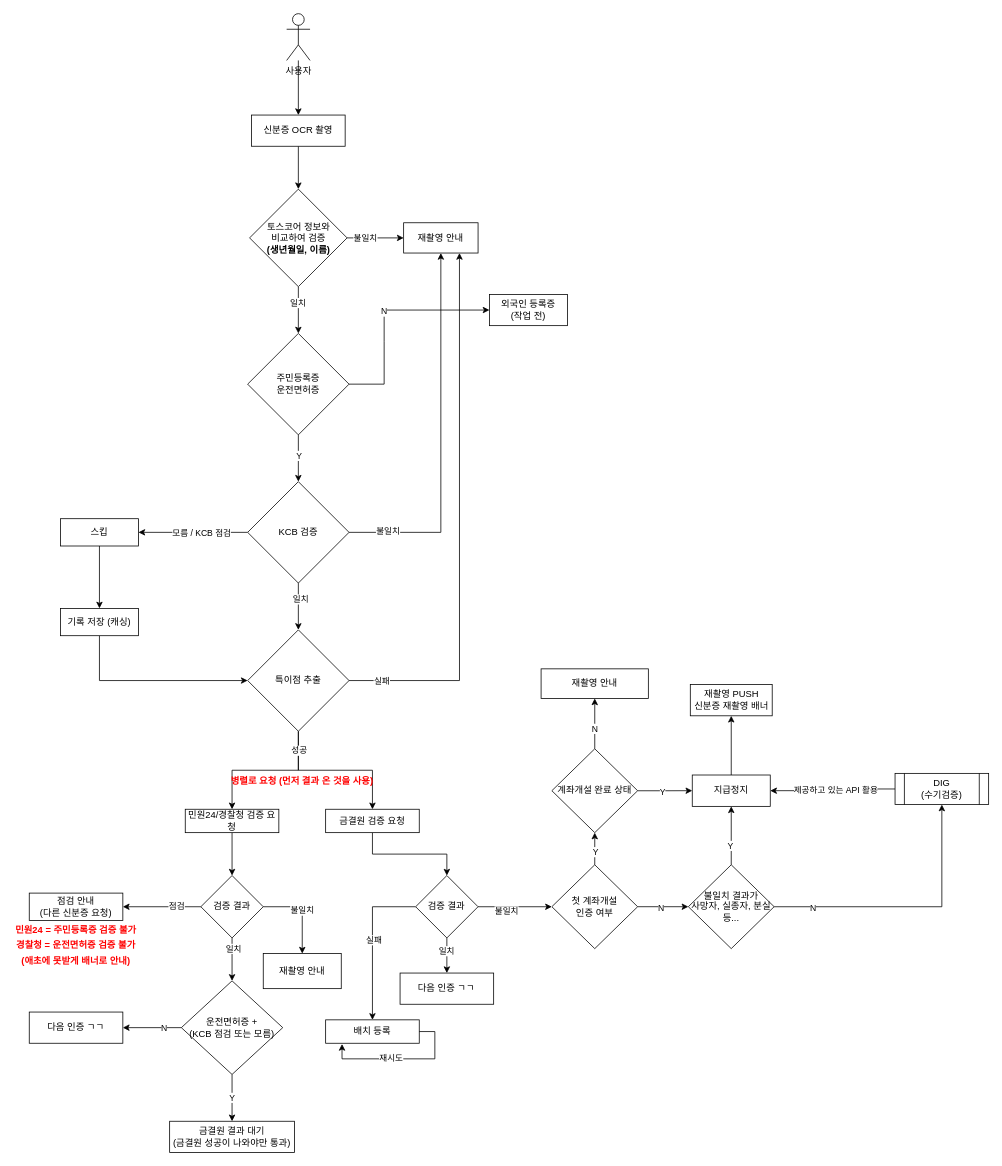
Before: Untitled Diagram.drawio in krrrr-b/today-i-learn, a draw.io diagram. Source tidied: cells renumbered, new cells numbered last; positions are measured from the earlier drawing's top-left corner, leaving out a move shared by most shapes. Both pictures are drawn from the tidied source at 78%, with x=0, y=0 at pixel (13, 13).
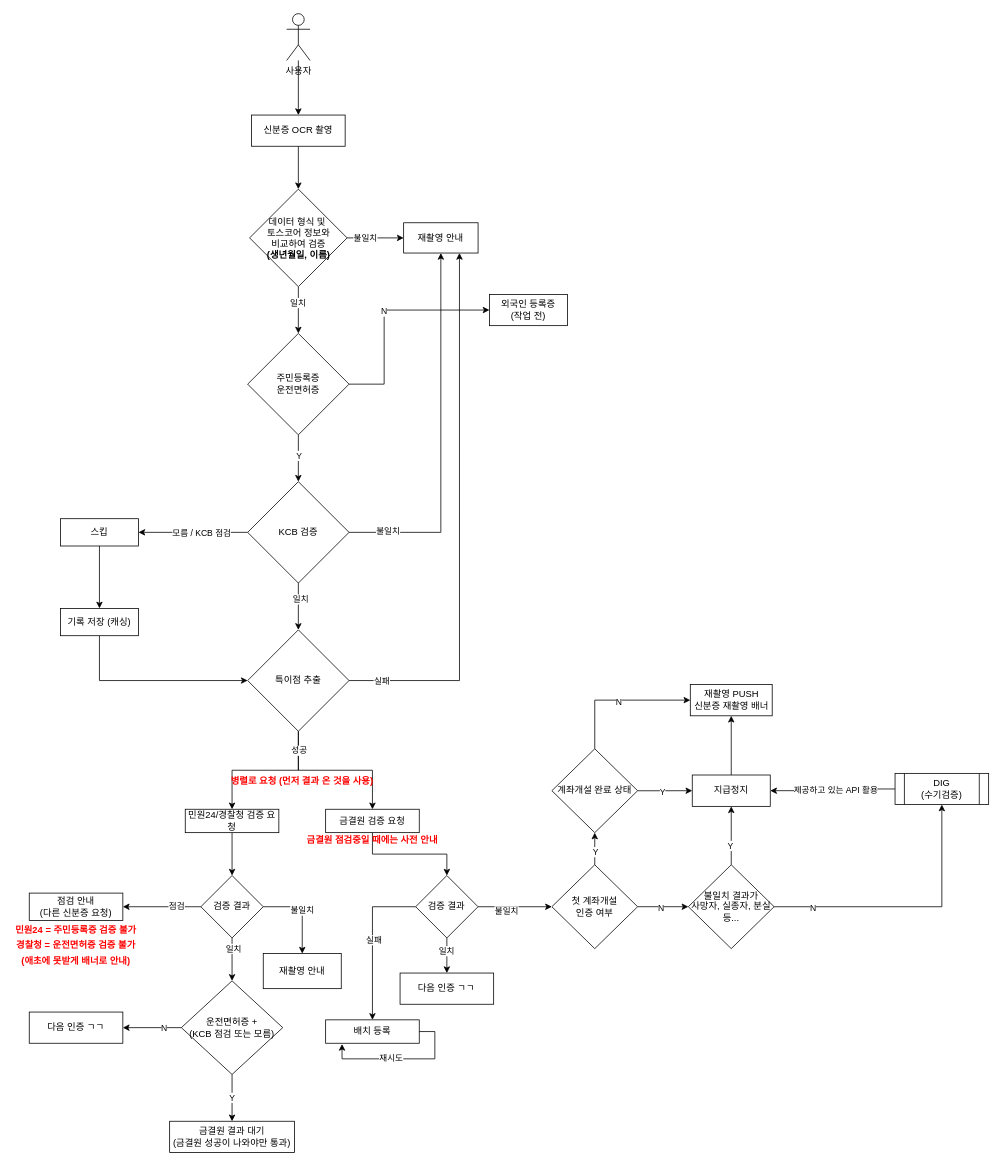
The same diagram, later.

Unchanged cells that the change refers to:
```xml
<mxCell id="76" value="계좌개설 완료 상태" style="rhombus;whiteSpace=wrap;html=1;" parent="1" vertex="1">
  <mxGeometry x="690" y="942.5" width="110" height="107.5" as="geometry" />
</mxCell>
<mxCell id="87" value="재촬영 PUSH&lt;br&gt;신분증 재촬영 배너" style="whiteSpace=wrap;html=1;" parent="1" vertex="1">
  <mxGeometry x="867.5" y="860" width="105" height="40.2" as="geometry" />
</mxCell>
```

Change to the diagram source:
```diff
@@
-    <mxCell id="10" value="토스코어 정보와 &lt;br&gt;비교하여 검증&lt;br&gt;&lt;b&gt;(생년월일, 이름)&lt;/b&gt;" style="rhombus;whiteSpace=wrap;html=1;verticalAlign=middle;" parent="1" vertex="1">
+    <mxCell id="10" value="데이터 형식 및&amp;nbsp;&lt;br&gt;토스코어 정보와 &lt;br&gt;비교하여 검증&lt;br&gt;&lt;b&gt;(생년월일, 이름)&lt;/b&gt;" style="rhombus;whiteSpace=wrap;html=1;verticalAlign=middle;" parent="1" vertex="1">
       <mxGeometry x="302.5" y="225" width="125" height="125" as="geometry" />
     </mxCell>
@@
-    <mxCell id="71" value="재촬영 안내" style="whiteSpace=wrap;html=1;" parent="1" vertex="1">
-      <mxGeometry x="676.2" y="840" width="137.5" height="38" as="geometry" />
-    </mxCell>
-    <mxCell id="72" style="edgeStyle=orthogonalEdgeStyle;rounded=0;jettySize=auto;html=1;fontColor=#000000;" parent="1" edge="1" source="76" target="71">
-      <mxGeometry relative="1" as="geometry" />
-    </mxCell>
-    <mxCell id="73" value="N" style="edgeLabel;html=1;align=center;verticalAlign=middle;fontColor=#000000;" parent="72" vertex="1">
-      <mxGeometry x="-0.18" y="1" relative="1" as="geometry" />
-    </mxCell>
@@
+    <mxCell id="89" style="edgeStyle=orthogonalEdgeStyle;rounded=0;jettySize=auto;html=1;entryX=0;entryY=0.5;entryDx=0;entryDy=0;fontColor=#000000;" parent="1" edge="1" source="76" target="87">
+      <mxGeometry relative="1" as="geometry">
+        <Array as="points">
+          <mxPoint x="745" y="880" />
+        </Array>
+      </mxGeometry>
+    </mxCell>
+    <mxCell id="73" value="N" style="edgeLabel;html=1;align=center;verticalAlign=middle;fontColor=#000000;" parent="89" vertex="1">
+      <mxGeometry x="0.01" y="-2" relative="1" as="geometry" />
+    </mxCell>
@@
+    <mxCell id="90" value="금결원 점검중일 때에는 사전 안내" style="text;html=1;strokeColor=none;fillColor=none;align=center;verticalAlign=middle;whiteSpace=wrap;rounded=0;fontColor=#FF0000;fontStyle=1;" parent="1" vertex="1">
+      <mxGeometry x="372" y="1050" width="176" height="20" as="geometry" />
+    </mxCell>
```
